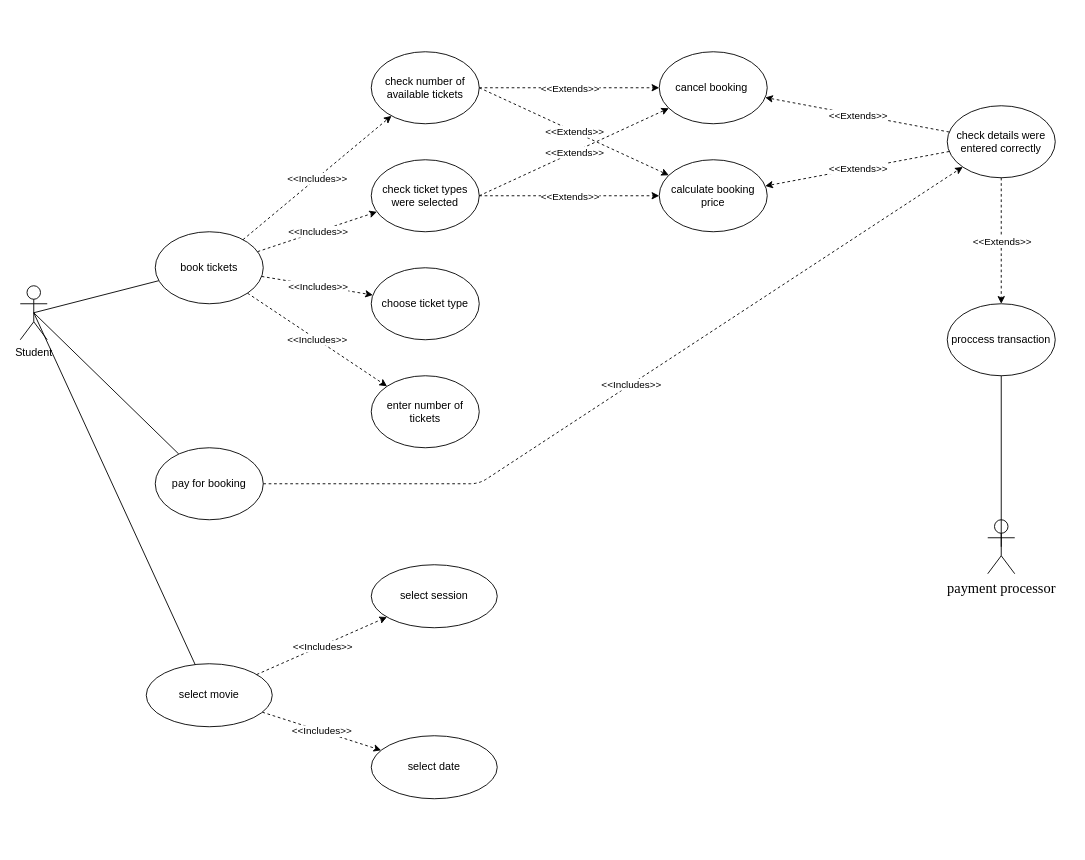
Before: Use-Cases/Student-Perform-Booking.drawio in 19ATF72/ESD_Semester_2, a draw.io diagram. Source tidied: cells renumbered, new cells numbered last; positions are measured from the earlier drawing's top-left corner, leaving out a move shared by most shapes. Both pictures are drawn from the tidied source at 90%, with x=0, y=0 at pixel (20, 51).
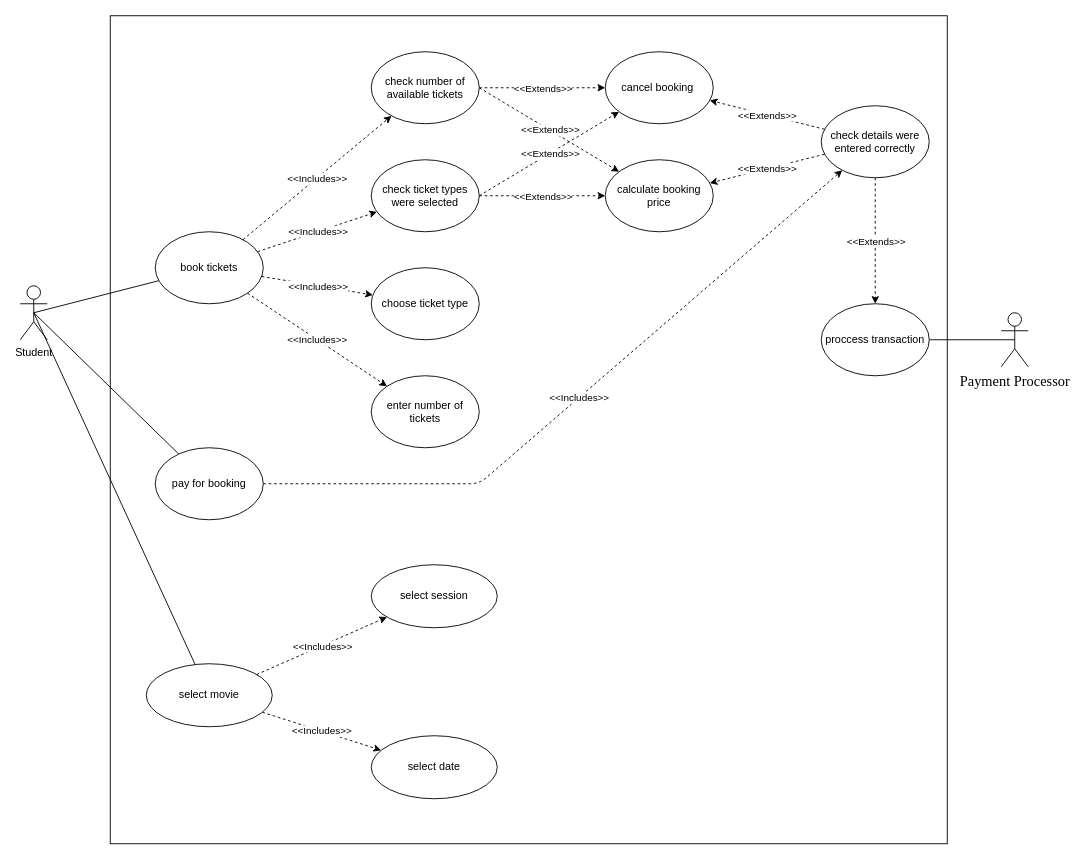
The same diagram, later.

The edit, as a diff of the source:
```diff
@@
+    <mxCell id="49" style="rounded=0;whiteSpace=wrap;html=1;" parent="1" vertex="1">
+      <mxGeometry x="100" y="-40" width="930" height="920" as="geometry" />
+    </mxCell>
@@
-    <mxCell id="3" value="&lt;font face=&quot;Times New Roman, serif&quot;&gt;&lt;span style=&quot;font-size: 16px&quot;&gt;payment processor&lt;/span&gt;&lt;/font&gt;" style="shape=umlActor;verticalLabelPosition=bottom;verticalAlign=top;html=1;outlineConnect=0;" parent="1" vertex="1">
-      <mxGeometry x="1075" y="520" width="30" height="60" as="geometry" />
+    <mxCell id="3" value="&lt;font face=&quot;Times New Roman, serif&quot;&gt;&lt;span style=&quot;font-size: 16px&quot;&gt;Payment Processor&lt;/span&gt;&lt;/font&gt;" style="shape=umlActor;verticalLabelPosition=bottom;verticalAlign=top;html=1;outlineConnect=0;" parent="1" vertex="1">
+      <mxGeometry x="1090" y="290" width="30" height="60" as="geometry" />
     </mxCell>
@@
     <mxCell id="23" value="calculate booking price" style="ellipse;whiteSpace=wrap;html=1;" parent="1" vertex="1">
-      <mxGeometry x="710" y="120" width="120" height="80" as="geometry" />
+      <mxGeometry x="650" y="120" width="120" height="80" as="geometry" />
     </mxCell>
@@
     <mxCell id="31" value="cancel booking&amp;nbsp;" style="ellipse;whiteSpace=wrap;html=1;" parent="1" vertex="1">
-      <mxGeometry x="710" width="120" height="80" as="geometry" />
+      <mxGeometry x="650" width="120" height="80" as="geometry" />
     </mxCell>
@@
     <mxCell id="40" value="check details were entered correctly" style="ellipse;whiteSpace=wrap;html=1;" parent="1" vertex="1">
-      <mxGeometry x="1030" y="60" width="120" height="80" as="geometry" />
+      <mxGeometry x="890" y="60" width="120" height="80" as="geometry" />
     </mxCell>
     <mxCell id="41" value="proccess transaction" style="ellipse;whiteSpace=wrap;html=1;" parent="1" vertex="1">
-      <mxGeometry x="1030" y="280" width="120" height="80" as="geometry" />
+      <mxGeometry x="890" y="280" width="120" height="80" as="geometry" />
     </mxCell>
     <mxCell id="42" style="endArrow=classic;html=1;dashed=1;" parent="1" edge="1" source="40">
       <mxGeometry relative="1" as="geometry">
-        <mxPoint x="1090" y="280" as="targetPoint" />
+        <mxPoint x="950" y="280" as="targetPoint" />
       </mxGeometry>
     </mxCell>
```
